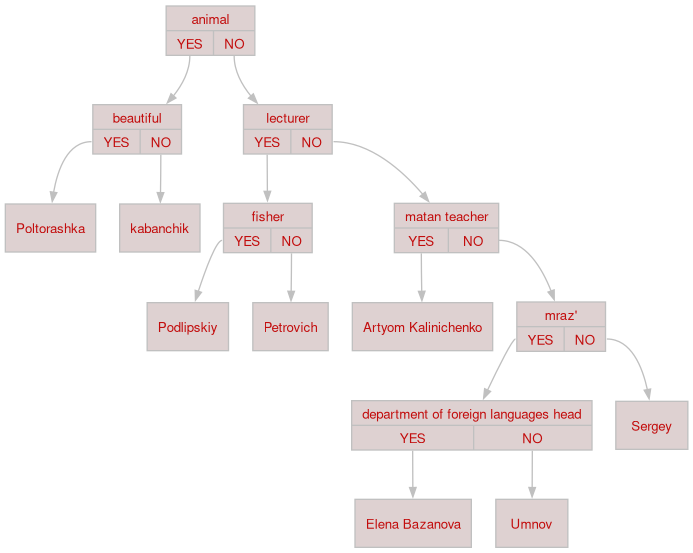
The Graphviz diagram list.png in Sergey3G/Task-4-Akinator, before a commit. Its source is kept beside it as list.gv.
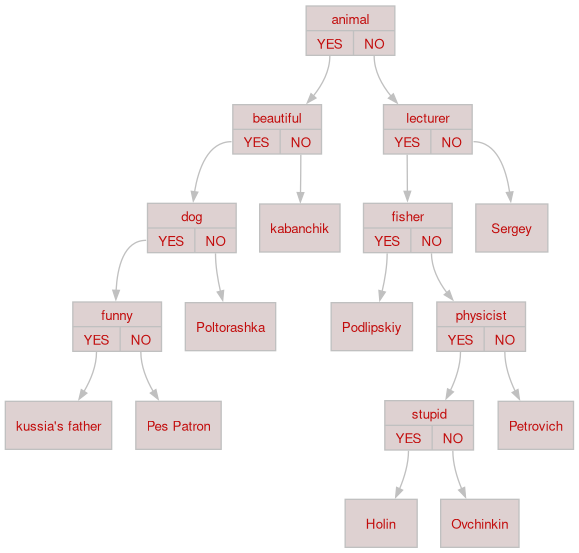
Later version of the same file.

What changed in the source:
```diff
@@ -5,31 +5,35 @@
 
   node0 [label="{ animal | {<yes> YES | <no >NO}}"];
   node1 [label="{ beautiful | {<yes> YES | <no >NO}}"];
-  node2 [label="{ Poltorashka }"];
+  node2 [label="{ dog | {<yes> YES | <no >NO}}"];
+  node3 [label="{ funny | {<yes> YES | <no >NO}}"];
+  node4 [label="{ kussia's father }"];
+  node3:yes -> node4;
+  node5 [label="{ Pes Patron }"];
+  node3:no -> node5;
+  node2:yes -> node3;
+  node6 [label="{ Poltorashka }"];
+  node2:no -> node6;
   node1:yes -> node2;
-  node3 [label="{ kabanchik }"];
-  node1:no -> node3;
+  node7 [label="{ kabanchik }"];
+  node1:no -> node7;
   node0:yes -> node1;
-  node4 [label="{ lecturer | {<yes> YES | <no >NO}}"];
-  node5 [label="{ fisher | {<yes> YES | <no >NO}}"];
-  node6 [label="{ Podlipskiy }"];
-  node5:yes -> node6;
-  node7 [label="{ Petrovich }"];
-  node5:no -> node7;
-  node4:yes -> node5;
-  node8 [label="{ matan teacher | {<yes> YES | <no >NO}}"];
-  node9 [label="{ Artyom Kalinichenko }"];
+  node8 [label="{ lecturer | {<yes> YES | <no >NO}}"];
+  node9 [label="{ fisher | {<yes> YES | <no >NO}}"];
+  node10 [label="{ Podlipskiy }"];
+  node9:yes -> node10;
+  node11 [label="{ physicist | {<yes> YES | <no >NO}}"];
+  node12 [label="{ stupid | {<yes> YES | <no >NO}}"];
+  node13 [label="{ Holin }"];
+  node12:yes -> node13;
+  node14 [label="{ Ovchinkin }"];
+  node12:no -> node14;
+  node11:yes -> node12;
+  node15 [label="{ Petrovich }"];
+  node11:no -> node15;
+  node9:no -> node11;
   node8:yes -> node9;
-  node10 [label="{ mraz' | {<yes> YES | <no >NO}}"];
-  node11 [label="{ department of foreign languages head | {<yes> YES | <no >NO}}"];
-  node12 [label="{ Elena Bazanova }"];
-  node11:yes -> node12;
-  node13 [label="{ Umnov }"];
-  node11:no -> node13;
-  node10:yes -> node11;
-  node14 [label="{ Sergey }"];
-  node10:no -> node14;
-  node8:no -> node10;
-  node4:no -> node8;
-  node0:no -> node4;
+  node16 [label="{ Sergey }"];
+  node8:no -> node16;
+  node0:no -> node8;
 }
```
